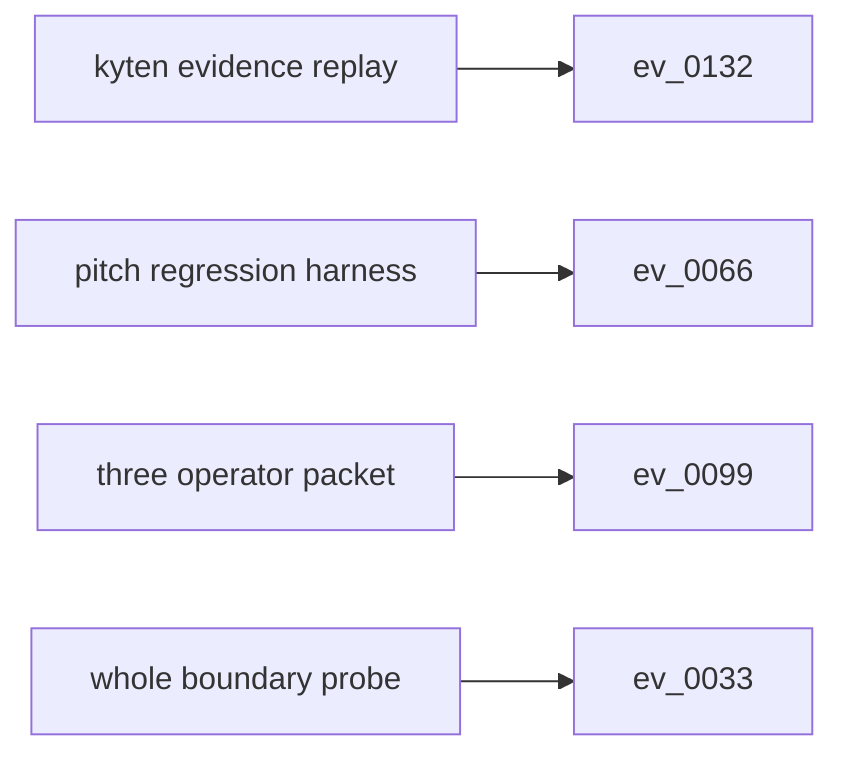
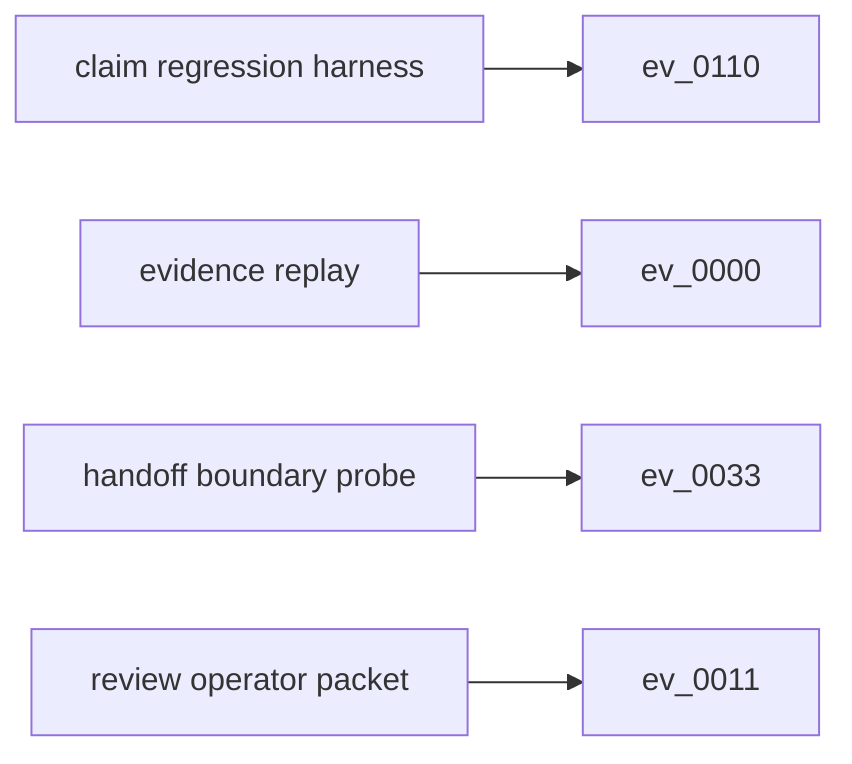
flowchart LR
-   s0["kyten evidence replay"]
-   e0["ev_0132"]
+   s0["claim regression harness"]
+   e0["ev_0110"]
  s0 --> e0
-   s1["pitch regression harness"]
-   e1["ev_0066"]
+   s1["evidence replay"]
+   e1["ev_0000"]
  s1 --> e1
-   s2["three operator packet"]
-   e2["ev_0099"]
+   s2["handoff boundary probe"]
+   e2["ev_0033"]
  s2 --> e2
-   s3["whole boundary probe"]
-   e3["ev_0033"]
+   s3["review operator packet"]
+   e3["ev_0011"]
  s3 --> e3
